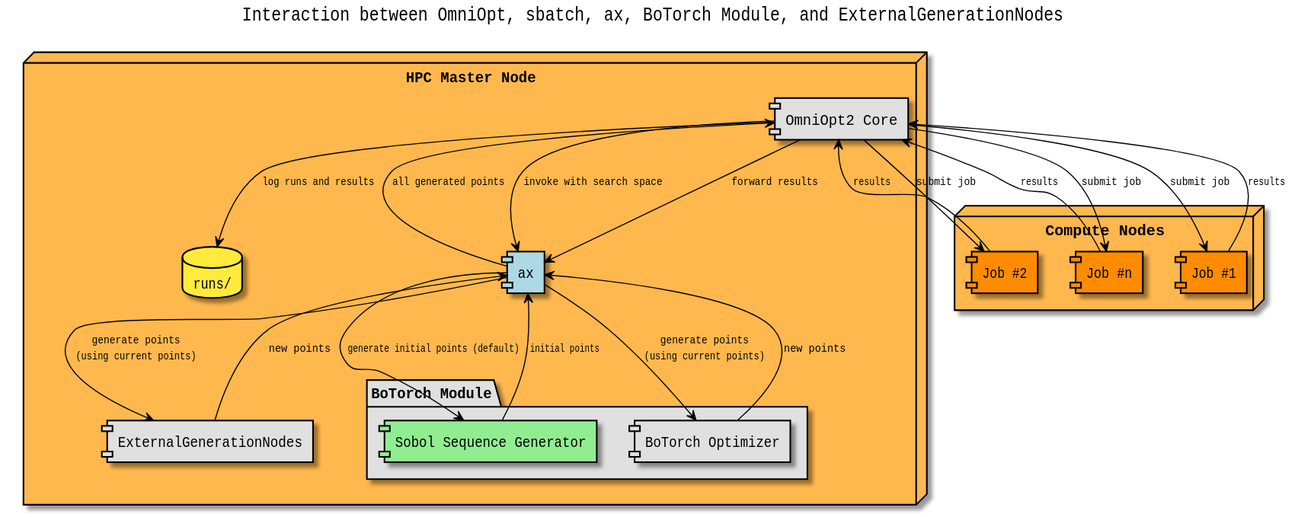
NormanTUD/OmniOpt keeps this PlantUML diagram as .gui/documentation/output_light_slurm/slurm.svg. Above is the earlier version.
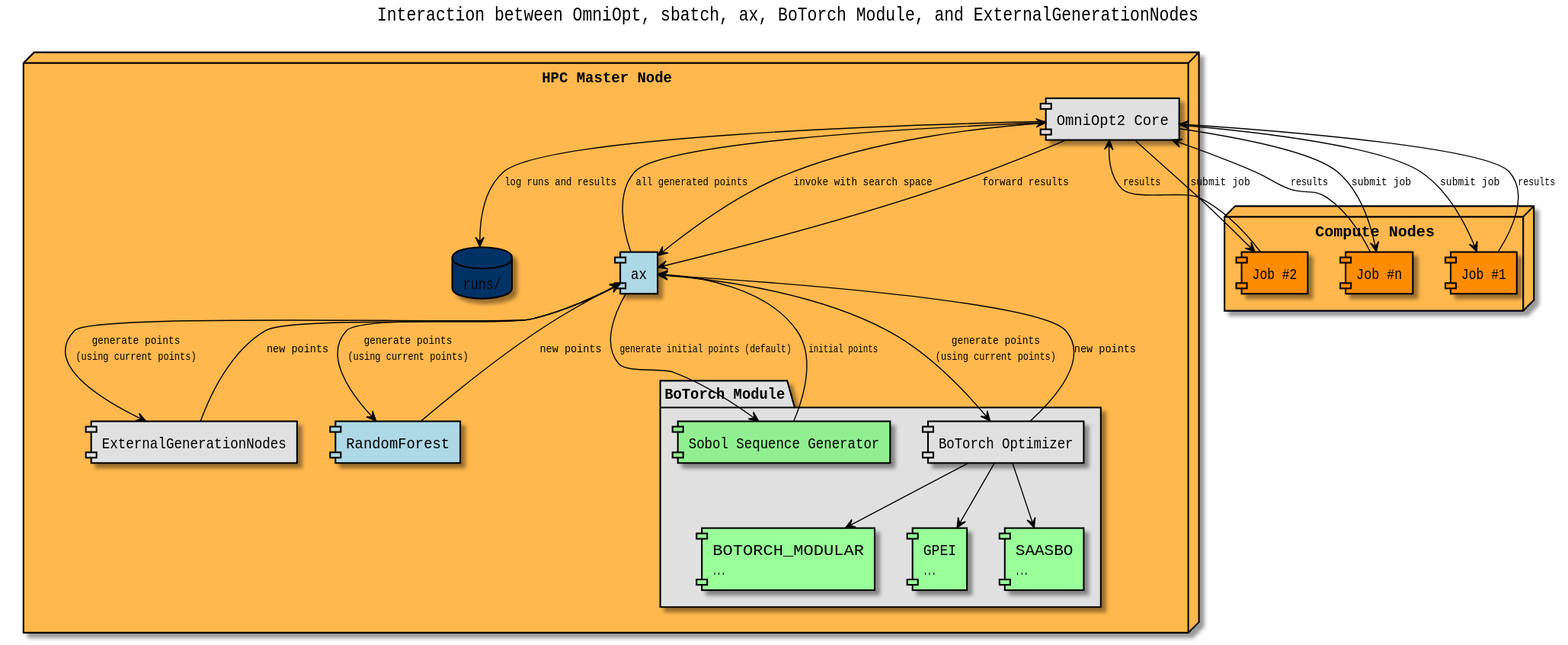
After the commit.

Commit message:
new stuff in the slurm diagram

Diff of the diagram source:
```diff
@@ -10,7 +10,7 @@
 
   skinparam componentBackgroundColor #e0e0e0
   skinparam nodeBackgroundColor #FFB84D
-  skinparam databaseBackgroundColor #FFEB3B
+  skinparam databaseBackgroundColor #003166
   skinparam packageBackgroundColor #e0e0e0
   skinparam cloudBackgroundColor #e0e0e0
 
@@ -34,11 +34,20 @@
   package "BoTorch Module" {
     component "Sobol Sequence Generator" as sobol #LightGreen
     component "BoTorch Optimizer" as botorch
+
+    component "BOTORCH_MODULAR\n..." as modular #99FF99
+    component "GPEI\n..." as gpei #99FF99
+    component "SAASBO\n..." as saasbo #99FF99
+
+    botorch -down-> modular
+    botorch -down-> gpei
+    botorch -down-> saasbo
   }
 
   component "ExternalGenerationNodes" as external_nodes
+  component "RandomForest" as rf_nodes #LightBlue
 
-  database "runs/" as db_runs #FFEB3B
+  database "runs/" as db_runs
 }
 
 node "Compute Nodes" as ComputeNodes {
@@ -54,9 +63,11 @@
 
 ax_module --> botorch : generate points\n(using current points)
 ax_module --> external_nodes : generate points\n(using current points)
+ax_module --> rf_nodes : generate points\n(using current points)
 
 botorch --> ax_module : new points
 external_nodes --> ax_module : new points
+rf_nodes --> ax_module : new points
 
 ax_module --> OmniOptCore : all generated points
 
```
